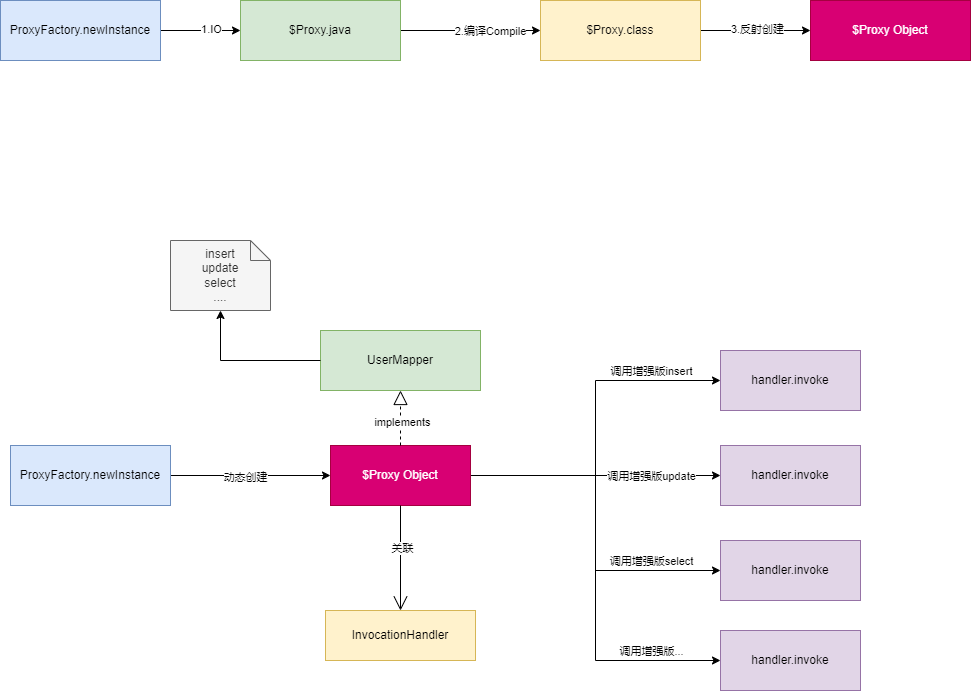
The draw.io diagram 手写动态代理（$Proxy）.drawio.png in lyflexi/draw.io-online, before a commit. Source tidied: cells renumbered, new cells last; positions are measured from the earlier drawing's top-left corner, leaving out a move shared by most shapes.
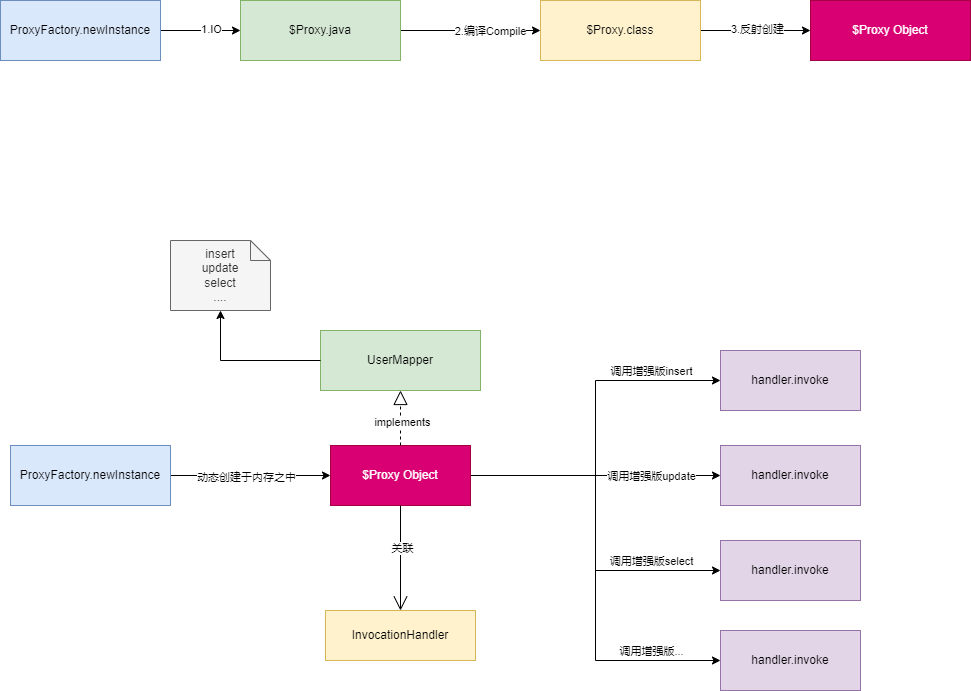
After the commit.

Commit message:
更新手写动态代理（$Proxy）.drawio.png

The edit, as a diff of the source:
```diff
@@ -35,8 +35,10 @@
     <mxCell id="12" style="edgeStyle=orthogonalEdgeStyle;rounded=0;jettySize=auto;html=1;entryX=0;entryY=0.5;entryDx=0;entryDy=0;" parent="1" edge="1" source="14" target="21">
       <mxGeometry relative="1" as="geometry" />
     </mxCell>
-    <mxCell id="13" value="动态创建" style="edgeLabel;html=1;align=center;verticalAlign=middle;" parent="12" vertex="1">
-      <mxGeometry x="-0.07" y="-1" relative="1" as="geometry" />
+    <mxCell id="13" value="动态创建于内存之中" style="edgeLabel;html=1;align=center;verticalAlign=middle;" parent="12" vertex="1">
+      <mxGeometry x="-0.07" y="-1" relative="1" as="geometry">
+        <mxPoint x="1" as="offset" />
+      </mxGeometry>
     </mxCell>
     <mxCell id="14" value="ProxyFactory.newInstance" style="rounded=0;whiteSpace=wrap;html=1;fillColor=#dae8fc;strokeColor=#6c8ebf;" parent="1" vertex="1">
       <mxGeometry x="10" y="445" width="160" height="60" as="geometry" />
```
